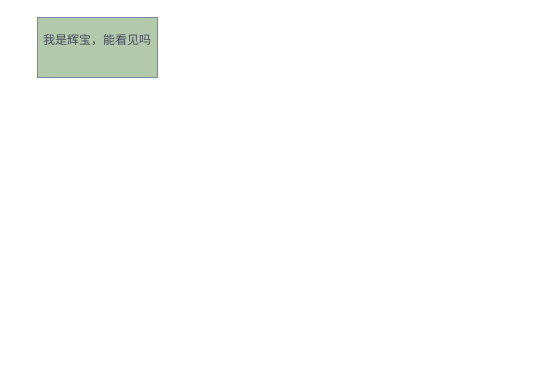
Above: 巡检&检查.drawio in EricIsLin/EricTest (draw.io), before the change. Source tidied: cells renumbered, new cells numbered last; positions are measured from the earlier drawing's top-left corner, leaving out a move shared by most shapes. Both pictures are drawn from the tidied source at 100%, with x=0, y=0 at pixel (37, 17).
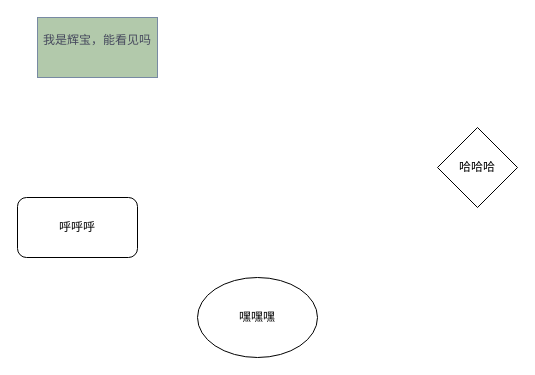
Above is the later version.

Commit message (it also covers changes not shown here):
更新巡检&检查.drawio

Change to the diagram source:
```diff
@@
 <mxGraphModel>
   <root>
     <mxCell id="0" />
     <mxCell id="1" parent="0" />
     <mxCell id="2" value="我是辉宝，能看见吗&lt;div&gt;&lt;br&gt;&lt;/div&gt;" style="rounded=0;whiteSpace=wrap;html=1;strokeColor=#788AA3;fontColor=#46495D;fillColor=#B2C9AB;labelBackgroundColor=none;" parent="1" vertex="1">
       <mxGeometry width="120" height="60" as="geometry" />
     </mxCell>
+    <mxCell id="3" value="嘿嘿嘿" style="ellipse;whiteSpace=wrap;html=1;" parent="1" vertex="1">
+      <mxGeometry x="160" y="260" width="120" height="80" as="geometry" />
+    </mxCell>
+    <mxCell id="4" value="哈哈哈" style="rhombus;whiteSpace=wrap;html=1;" parent="1" vertex="1">
+      <mxGeometry x="400" y="110" width="80" height="80" as="geometry" />
+    </mxCell>
+    <mxCell id="5" value="呼呼呼" style="rounded=1;whiteSpace=wrap;html=1;" parent="1" vertex="1">
+      <mxGeometry x="-20" y="180" width="120" height="60" as="geometry" />
+    </mxCell>
   </root>
 </mxGraphModel>
```
